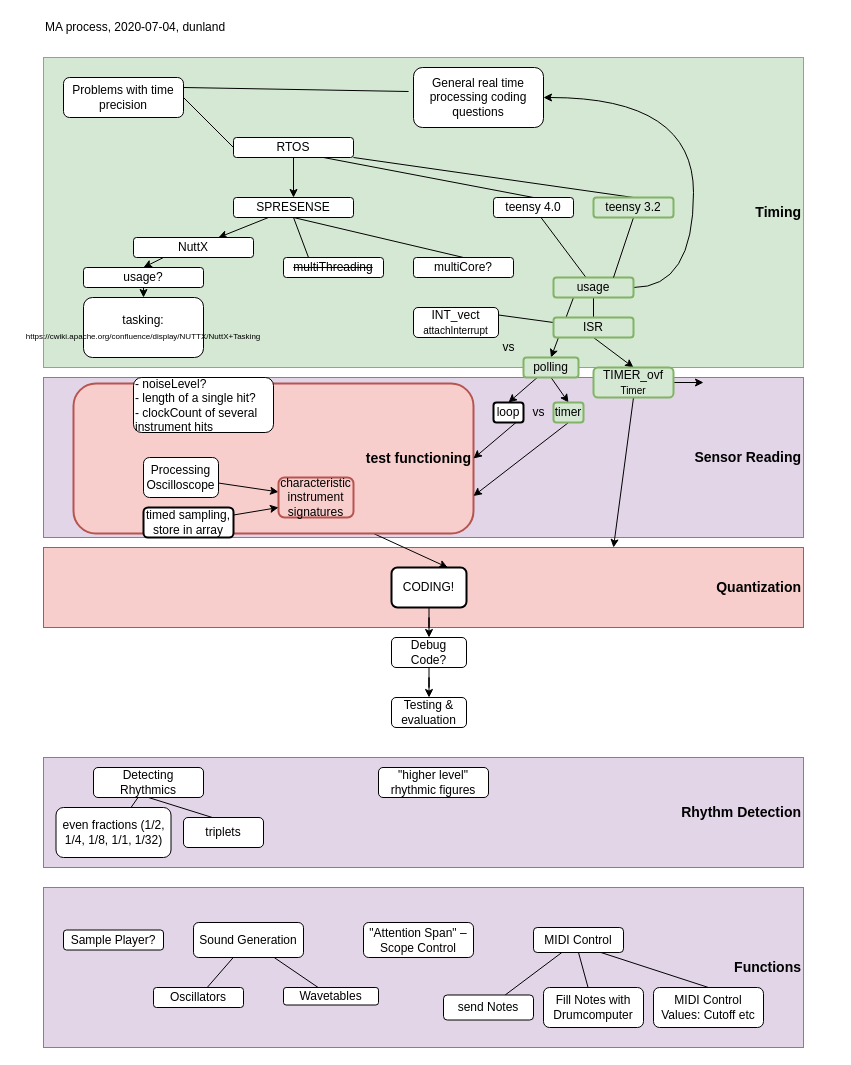
This is page "Progress" (1 of 4) of muscle/Doc/MA_progress.drawio from dunland/muscle, a draw.io file, before an edit. Source tidied: cells renumbered, new cells numbered last; positions are measured from the earlier drawing's top-left corner, leaving out a move shared by most shapes. Both pictures are drawn from the tidied source at 100%, with x=0, y=0 at pixel (43, 17).
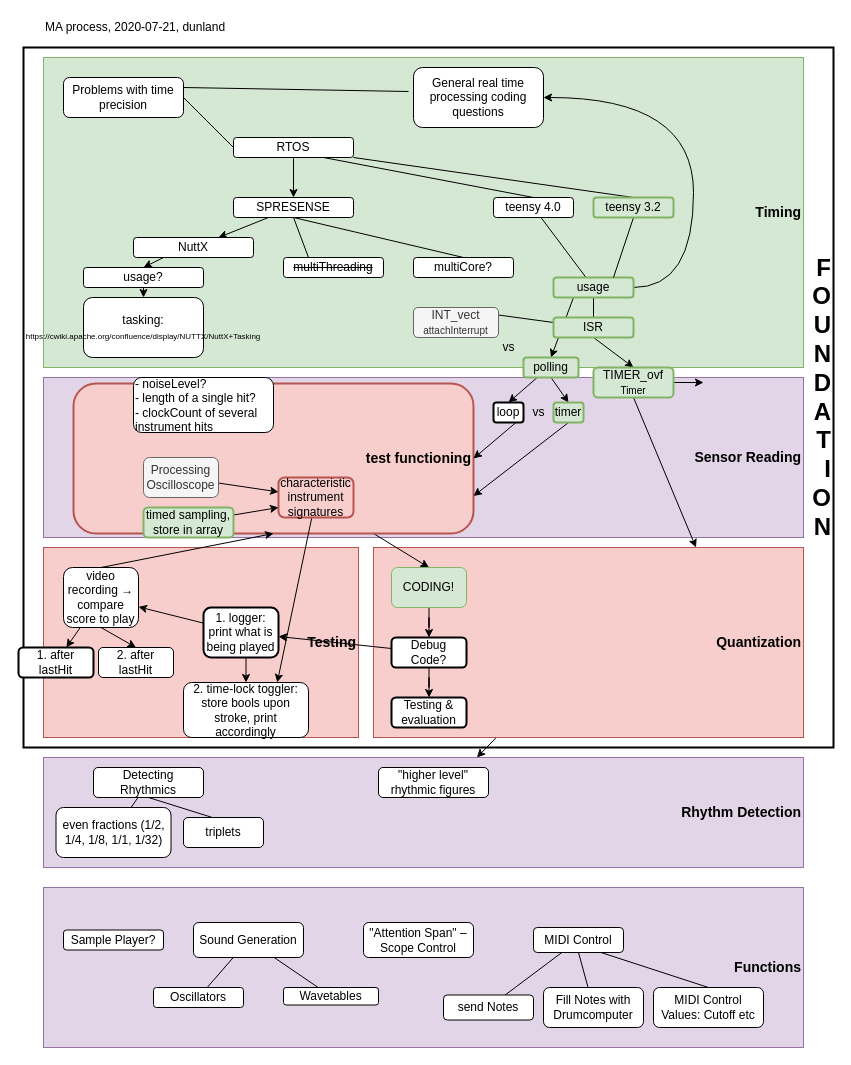
Above is the later version.

Unchanged cells that the change refers to:
```xml
<mxCell id="29" value="&lt;font size=&quot;1&quot;&gt;&lt;b style=&quot;font-size: 14px&quot;&gt;Rhythm Detection&lt;/b&gt;&lt;/font&gt;" style="rounded=0;whiteSpace=wrap;html=1;align=right;strokeColor=#9673a6;fillColor=#e1d5e7;" parent="1" vertex="1">
  <mxGeometry y="740" width="760" height="110" as="geometry" />
</mxCell>
<mxCell id="63" value="&lt;h3&gt;test functioning&lt;/h3&gt;" style="rounded=1;whiteSpace=wrap;html=1;strokeWidth=2;fillColor=#f8cecc;strokeColor=#b85450;align=right;" parent="1" vertex="1">
  <mxGeometry x="30" y="366" width="400" height="150" as="geometry" />
</mxCell>
<mxCell id="75" value="characteristic instrument signatures" style="rounded=1;whiteSpace=wrap;html=1;strokeWidth=2;fillColor=#f8cecc;strokeColor=#b85450;" parent="1" vertex="1">
  <mxGeometry x="235" y="460" width="75" height="40" as="geometry" />
</mxCell>
```

Change to the diagram source:
```diff
@@
+    <mxCell id="85" value="&lt;h1&gt;F&lt;br&gt;O&lt;br&gt;U&lt;br&gt;N&lt;br&gt;D&lt;br&gt;A&lt;br&gt;T&lt;br&gt;I&lt;br&gt;O&lt;br&gt;N&lt;/h1&gt;" style="rounded=0;whiteSpace=wrap;html=1;strokeWidth=2;align=right;" parent="1" vertex="1">
+      <mxGeometry x="-20" y="30" width="810" height="700" as="geometry" />
+    </mxCell>
+    <mxCell id="86" value="&lt;font size=&quot;1&quot;&gt;&lt;b style=&quot;font-size: 14px&quot;&gt;Testing&lt;br&gt;&lt;/b&gt;&lt;/font&gt;" style="rounded=0;whiteSpace=wrap;html=1;align=right;strokeColor=#b85450;fillColor=#f8cecc;" parent="1" vertex="1">
+      <mxGeometry y="530" width="315" height="190" as="geometry" />
+    </mxCell>
@@
-    <mxCell id="44" value="&lt;div align=&quot;left&quot;&gt;MA process, 2020-07-04, dunland&lt;br&gt;&lt;/div&gt;" style="text;html=1;strokeColor=none;fillColor=none;align=left;verticalAlign=middle;whiteSpace=wrap;rounded=0;" parent="1" vertex="1">
+    <mxCell id="44" value="&lt;div align=&quot;left&quot;&gt;MA process, 2020-07-21, dunland&lt;br&gt;&lt;/div&gt;" style="text;html=1;strokeColor=none;fillColor=none;align=left;verticalAlign=middle;whiteSpace=wrap;rounded=0;" parent="1" vertex="1">
       <mxGeometry width="350" height="20" as="geometry" />
     </mxCell>
+    <mxCell id="87" style="edgeStyle=none;rounded=0;jettySize=auto;html=1;" parent="1" edge="1" source="45" target="29">
+      <mxGeometry relative="1" as="geometry" />
+    </mxCell>
     <mxCell id="45" value="&lt;font size=&quot;1&quot;&gt;&lt;b style=&quot;font-size: 14px&quot;&gt;Quantization&lt;br&gt;&lt;/b&gt;&lt;/font&gt;" style="rounded=0;whiteSpace=wrap;html=1;align=right;strokeColor=#b85450;fillColor=#f8cecc;" parent="1" vertex="1">
-      <mxGeometry y="530" width="760" height="80" as="geometry" />
+      <mxGeometry x="330" y="530" width="430" height="190" as="geometry" />
     </mxCell>
@@
-    <mxCell id="62" style="edgeStyle=none;rounded=0;jettySize=auto;html=1;exitX=0.75;exitY=1;exitDx=0;exitDy=0;entryX=0.75;entryY=0;entryDx=0;entryDy=0;startArrow=none;startFill=0;endArrow=classic;endFill=1;" parent="1" edge="1" source="63" target="78">
+    <mxCell id="62" style="edgeStyle=none;rounded=0;jettySize=auto;html=1;exitX=0.75;exitY=1;exitDx=0;exitDy=0;entryX=0.5;entryY=0;entryDx=0;entryDy=0;startArrow=none;startFill=0;endArrow=classic;endFill=1;" parent="1" edge="1" source="63" target="78">
       <mxGeometry relative="1" as="geometry" />
     </mxCell>
@@
+    <mxCell id="88" style="rounded=0;jettySize=auto;html=1;entryX=0.75;entryY=0;entryDx=0;entryDy=0;" parent="1" edge="1" source="75" target="98">
+      <mxGeometry relative="1" as="geometry" />
+    </mxCell>
@@
-    <mxCell id="76" value="Processing Oscilloscope" style="rounded=1;whiteSpace=wrap;html=1;strokeWidth=1;" parent="1" vertex="1">
+    <mxCell id="76" value="Processing Oscilloscope" style="rounded=1;whiteSpace=wrap;html=1;strokeWidth=1;fillColor=#f5f5f5;strokeColor=#666666;fontColor=#333333;" parent="1" vertex="1">
       <mxGeometry x="100" y="440" width="75" height="40" as="geometry" />
     </mxCell>
@@
-    <mxCell id="78" value="CODING!" style="rounded=1;whiteSpace=wrap;html=1;strokeWidth=2;" parent="1" vertex="1">
+    <mxCell id="78" value="CODING!" style="rounded=1;whiteSpace=wrap;html=1;strokeWidth=1;fillColor=#d5e8d4;strokeColor=#82b366;" parent="1" vertex="1">
       <mxGeometry x="348" y="550" width="75" height="40" as="geometry" />
     </mxCell>
@@
+    <mxCell id="89" style="rounded=0;jettySize=auto;html=1;" parent="1" edge="1" source="80" target="92">
+      <mxGeometry relative="1" as="geometry" />
+    </mxCell>
-    <mxCell id="80" value="Debug Code?" style="rounded=1;whiteSpace=wrap;html=1;strokeWidth=1;" parent="1" vertex="1">
+    <mxCell id="80" value="Debug Code?" style="rounded=1;whiteSpace=wrap;html=1;strokeWidth=2;" parent="1" vertex="1">
       <mxGeometry x="348" y="620" width="75" height="30" as="geometry" />
     </mxCell>
+    <mxCell id="90" style="edgeStyle=none;rounded=0;jettySize=auto;html=1;" parent="1" edge="1" source="92" target="96">
+      <mxGeometry relative="1" as="geometry" />
+    </mxCell>
+    <mxCell id="91" style="edgeStyle=orthogonalEdgeStyle;rounded=0;jettySize=auto;html=1;exitX=0.5;exitY=1;exitDx=0;exitDy=0;entryX=0.5;entryY=0;entryDx=0;entryDy=0;" parent="1" edge="1" source="92" target="98">
+      <mxGeometry relative="1" as="geometry" />
+    </mxCell>
+    <mxCell id="92" value="1. logger:&lt;br&gt;print what is being played" style="rounded=1;whiteSpace=wrap;html=1;strokeWidth=2;" parent="1" vertex="1">
+      <mxGeometry x="160" y="590" width="75" height="50" as="geometry" />
+    </mxCell>
+    <mxCell id="93" style="edgeStyle=none;rounded=0;jettySize=auto;html=1;exitX=0.5;exitY=0;exitDx=0;exitDy=0;entryX=0.5;entryY=1;entryDx=0;entryDy=0;startArrow=none;startFill=0;" parent="1" edge="1" source="96" target="63">
+      <mxGeometry relative="1" as="geometry" />
+    </mxCell>
+    <mxCell id="94" style="rounded=0;jettySize=auto;html=1;" parent="1" edge="1" source="96" target="97">
+      <mxGeometry relative="1" as="geometry" />
+    </mxCell>
+    <mxCell id="95" style="edgeStyle=none;rounded=0;jettySize=auto;html=1;exitX=0.5;exitY=1;exitDx=0;exitDy=0;entryX=0.5;entryY=0;entryDx=0;entryDy=0;" parent="1" edge="1" source="96" target="99">
+      <mxGeometry relative="1" as="geometry" />
+    </mxCell>
+    <mxCell id="96" value="video recording → compare score to play" style="rounded=1;whiteSpace=wrap;html=1;strokeWidth=1;" parent="1" vertex="1">
+      <mxGeometry x="20" y="550" width="75" height="60" as="geometry" />
+    </mxCell>
+    <mxCell id="97" value="1. after lastHit" style="rounded=1;whiteSpace=wrap;html=1;strokeWidth=2;" parent="1" vertex="1">
+      <mxGeometry x="-25" y="630" width="75" height="30" as="geometry" />
+    </mxCell>
@@
-    <mxCell id="82" value="timed sampling,&lt;br&gt;store in array" style="rounded=1;whiteSpace=wrap;html=1;strokeWidth=2;" parent="1" vertex="1">
+    <mxCell id="82" value="timed sampling,&lt;br&gt;store in array" style="rounded=1;whiteSpace=wrap;html=1;strokeWidth=2;fillColor=#d5e8d4;strokeColor=#82b366;" parent="1" vertex="1">
       <mxGeometry x="100" y="490" width="90" height="30" as="geometry" />
     </mxCell>
-    <mxCell id="83" value="INT_vect&lt;br style=&quot;font-size: 8px&quot;&gt;&lt;font size=&quot;1&quot;&gt;attachInterrupt&lt;/font&gt;" style="rounded=1;whiteSpace=wrap;html=1;strokeWidth=1;" parent="1" vertex="1">
+    <mxCell id="83" value="INT_vect&lt;br style=&quot;font-size: 8px&quot;&gt;&lt;font size=&quot;1&quot;&gt;attachInterrupt&lt;/font&gt;" style="rounded=1;whiteSpace=wrap;html=1;strokeWidth=1;fillColor=#f5f5f5;strokeColor=#666666;fontColor=#333333;" parent="1" vertex="1">
       <mxGeometry x="370" y="290" width="85" height="30" as="geometry" />
     </mxCell>
-    <mxCell id="84" value="Testing &amp;amp; evaluation" style="rounded=1;whiteSpace=wrap;html=1;strokeWidth=1;" parent="1" vertex="1">
+    <mxCell id="84" value="Testing &amp;amp; evaluation" style="rounded=1;whiteSpace=wrap;html=1;strokeWidth=2;" parent="1" vertex="1">
       <mxGeometry x="348" y="680" width="75" height="30" as="geometry" />
     </mxCell>
+    <mxCell id="98" value="2. time-lock toggler:&lt;br&gt;store bools upon stroke, print accordingly" style="rounded=1;whiteSpace=wrap;html=1;strokeWidth=1;" parent="1" vertex="1">
+      <mxGeometry x="140" y="665" width="125" height="55" as="geometry" />
+    </mxCell>
+    <mxCell id="99" value="2. after lastHit" style="rounded=1;whiteSpace=wrap;html=1;strokeWidth=1;" parent="1" vertex="1">
+      <mxGeometry x="55" y="630" width="75" height="30" as="geometry" />
+    </mxCell>
```
